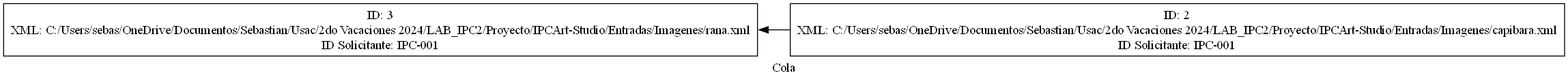
Above: reportes/Cola.png in SebastianVelasquezValle/IPC2_ProyectoVD2024_-202300580 (Graphviz), before the change. Its source is kept beside it as reportesdot/Cola.dot. Source of this version:
```dot
digraph G {
    rankdir="RL";
    label="Cola";
    node[shape=box];
    nodo0[label="ID: 2\nXML: C:/Users/sebas/OneDrive/Documentos/Sebastian/Usac/2do Vacaciones 2024/LAB_IPC2/Proyecto/IPCArt-Studio/Entradas/Imagenes/capibara.xml\nID Solicitante: IPC-001"];
nodo1[label="ID: 3\nXML: C:/Users/sebas/OneDrive/Documentos/Sebastian/Usac/2do Vacaciones 2024/LAB_IPC2/Proyecto/IPCArt-Studio/Entradas/Imagenes/rana.xml\nID Solicitante: IPC-001"];
nodo0 -> nodo1;
}
```
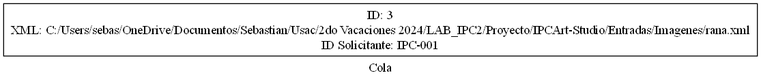
Above is the later version.

Change to the diagram source:
```diff
@@ -2,7 +2,5 @@
     rankdir="RL";
     label="Cola";
     node[shape=box];
-    nodo0[label="ID: 2\nXML: C:/Users/sebas/OneDrive/Documentos/Sebastian/Usac/2do Vacaciones 2024/LAB_IPC2/Proyecto/IPCArt-Studio/Entradas/Imagenes/capibara.xml\nID Solicitante: IPC-001"];
-nodo1[label="ID: 3\nXML: C:/Users/sebas/OneDrive/Documentos/Sebastian/Usac/2do Vacaciones 2024/LAB_IPC2/Proyecto/IPCArt-Studio/Entradas/Imagenes/rana.xml\nID Solicitante: IPC-001"];
-nodo0 -> nodo1;
+    nodo0[label="ID: 3\nXML: C:/Users/sebas/OneDrive/Documentos/Sebastian/Usac/2do Vacaciones 2024/LAB_IPC2/Proyecto/IPCArt-Studio/Entradas/Imagenes/rana.xml\nID Solicitante: IPC-001"];
 }
```
